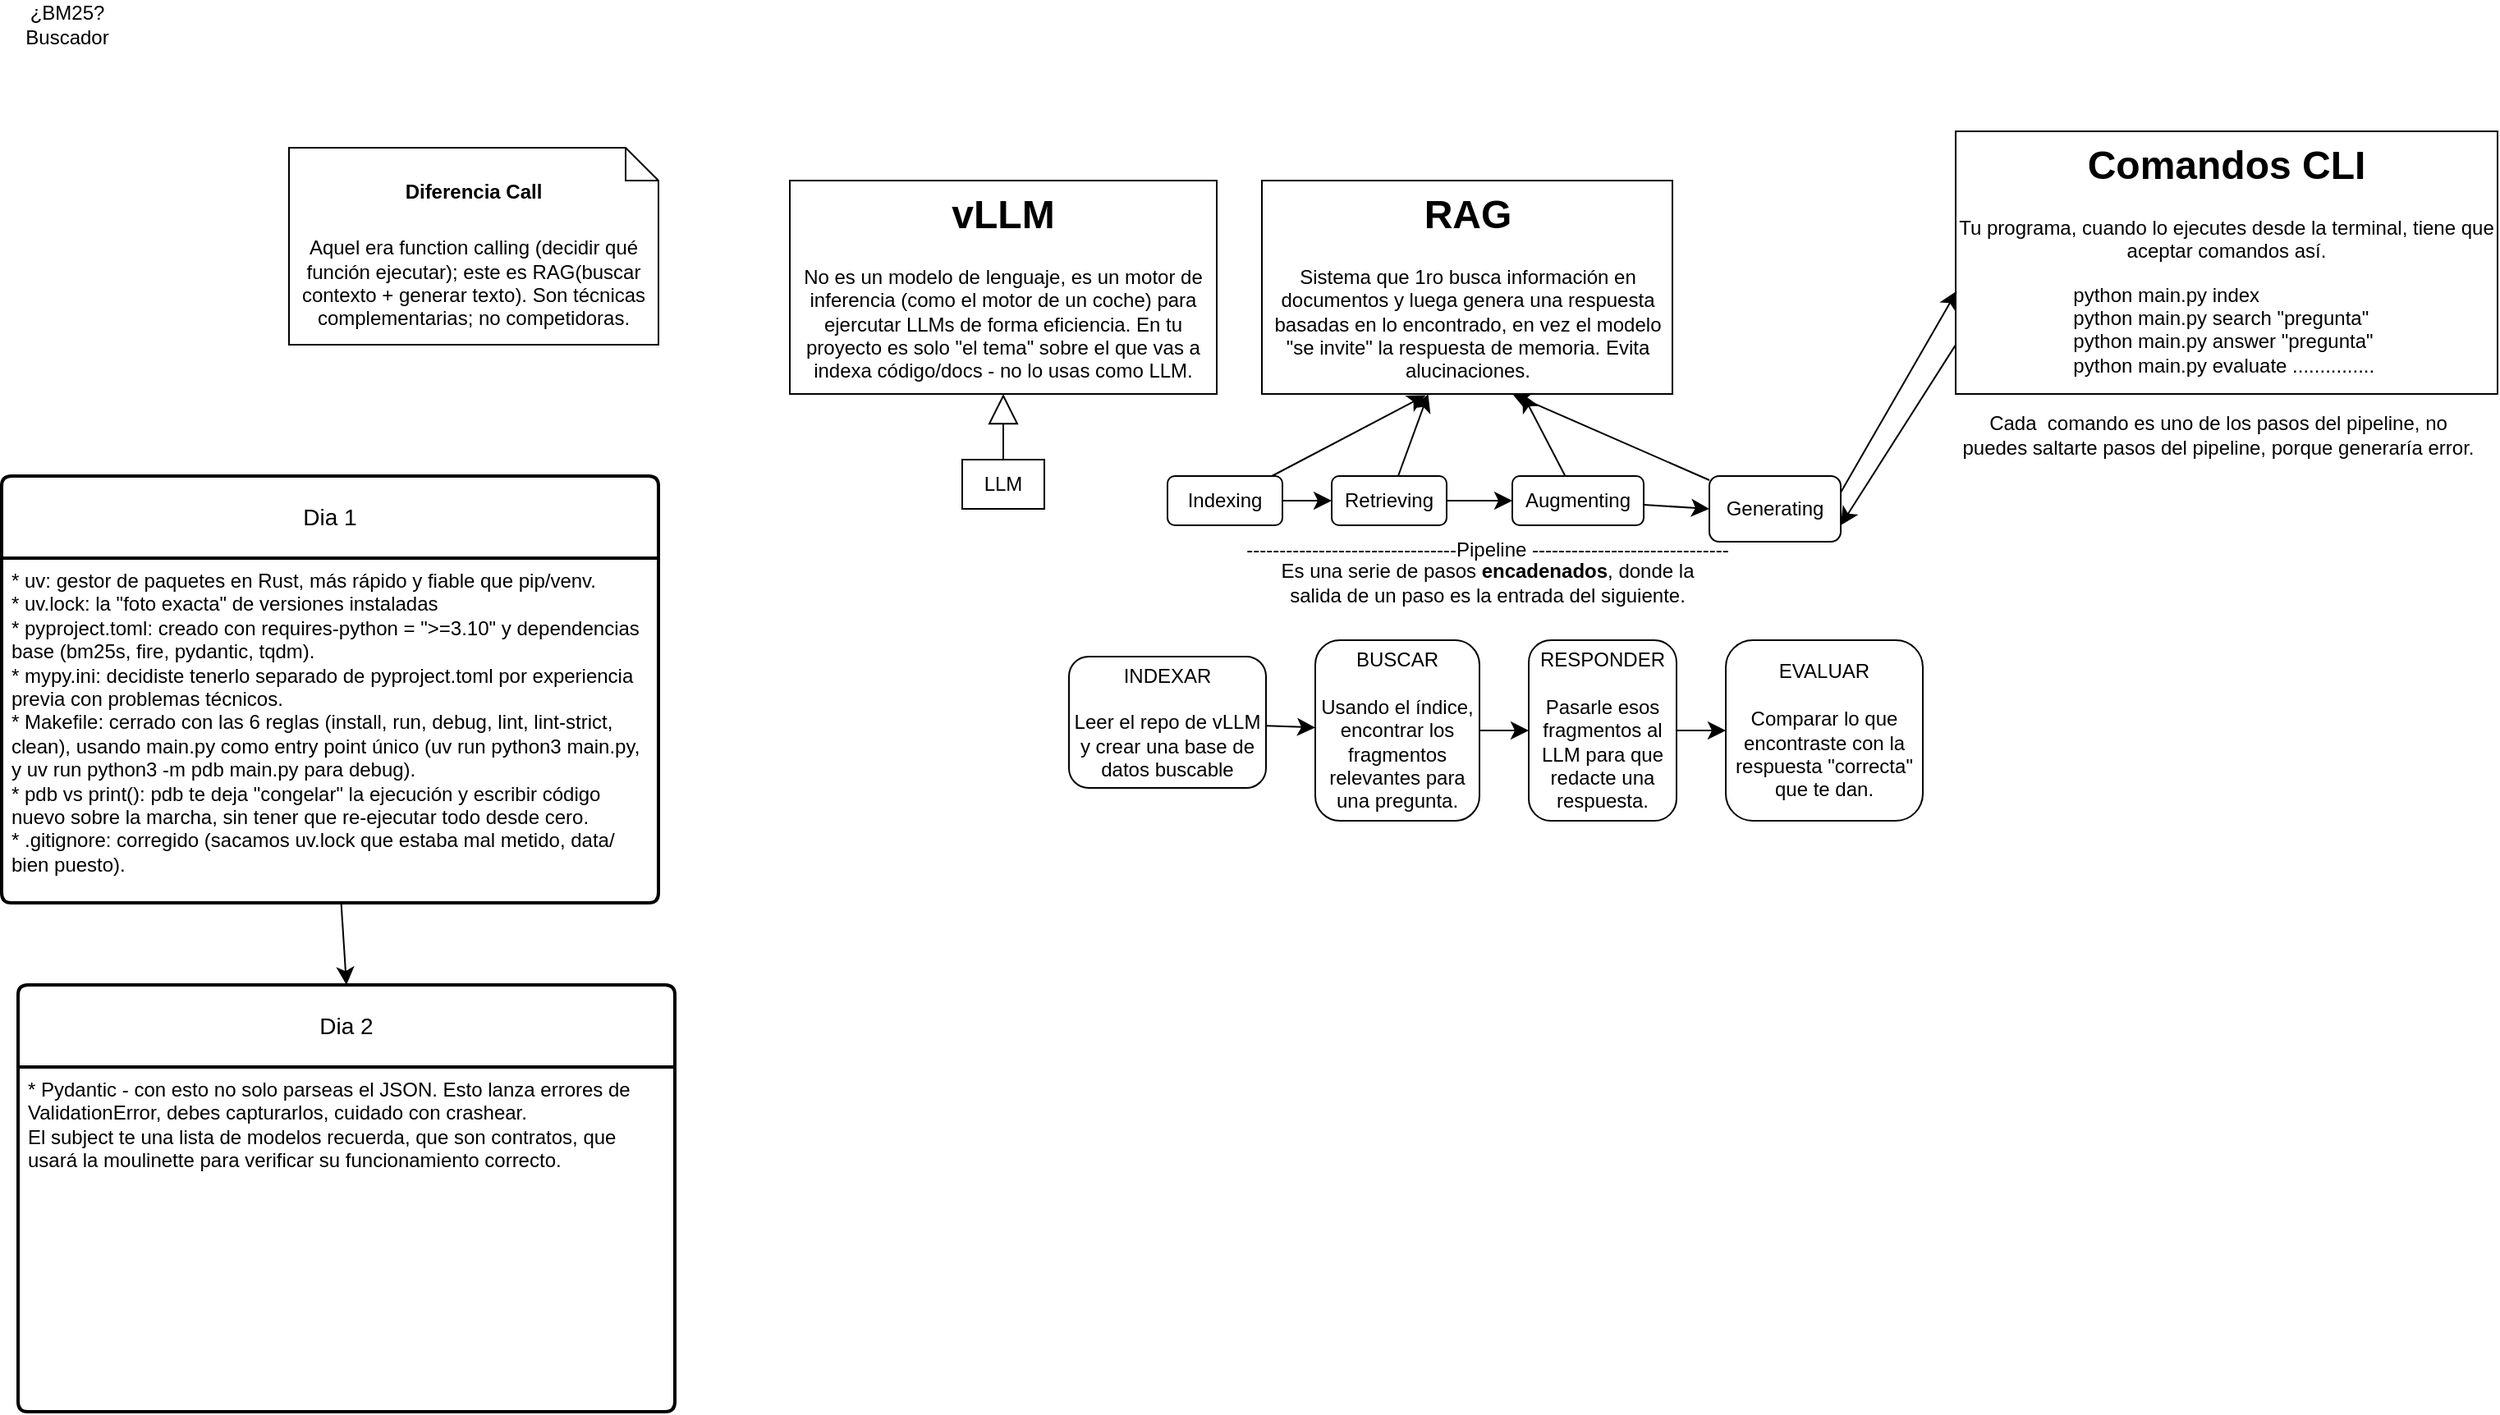
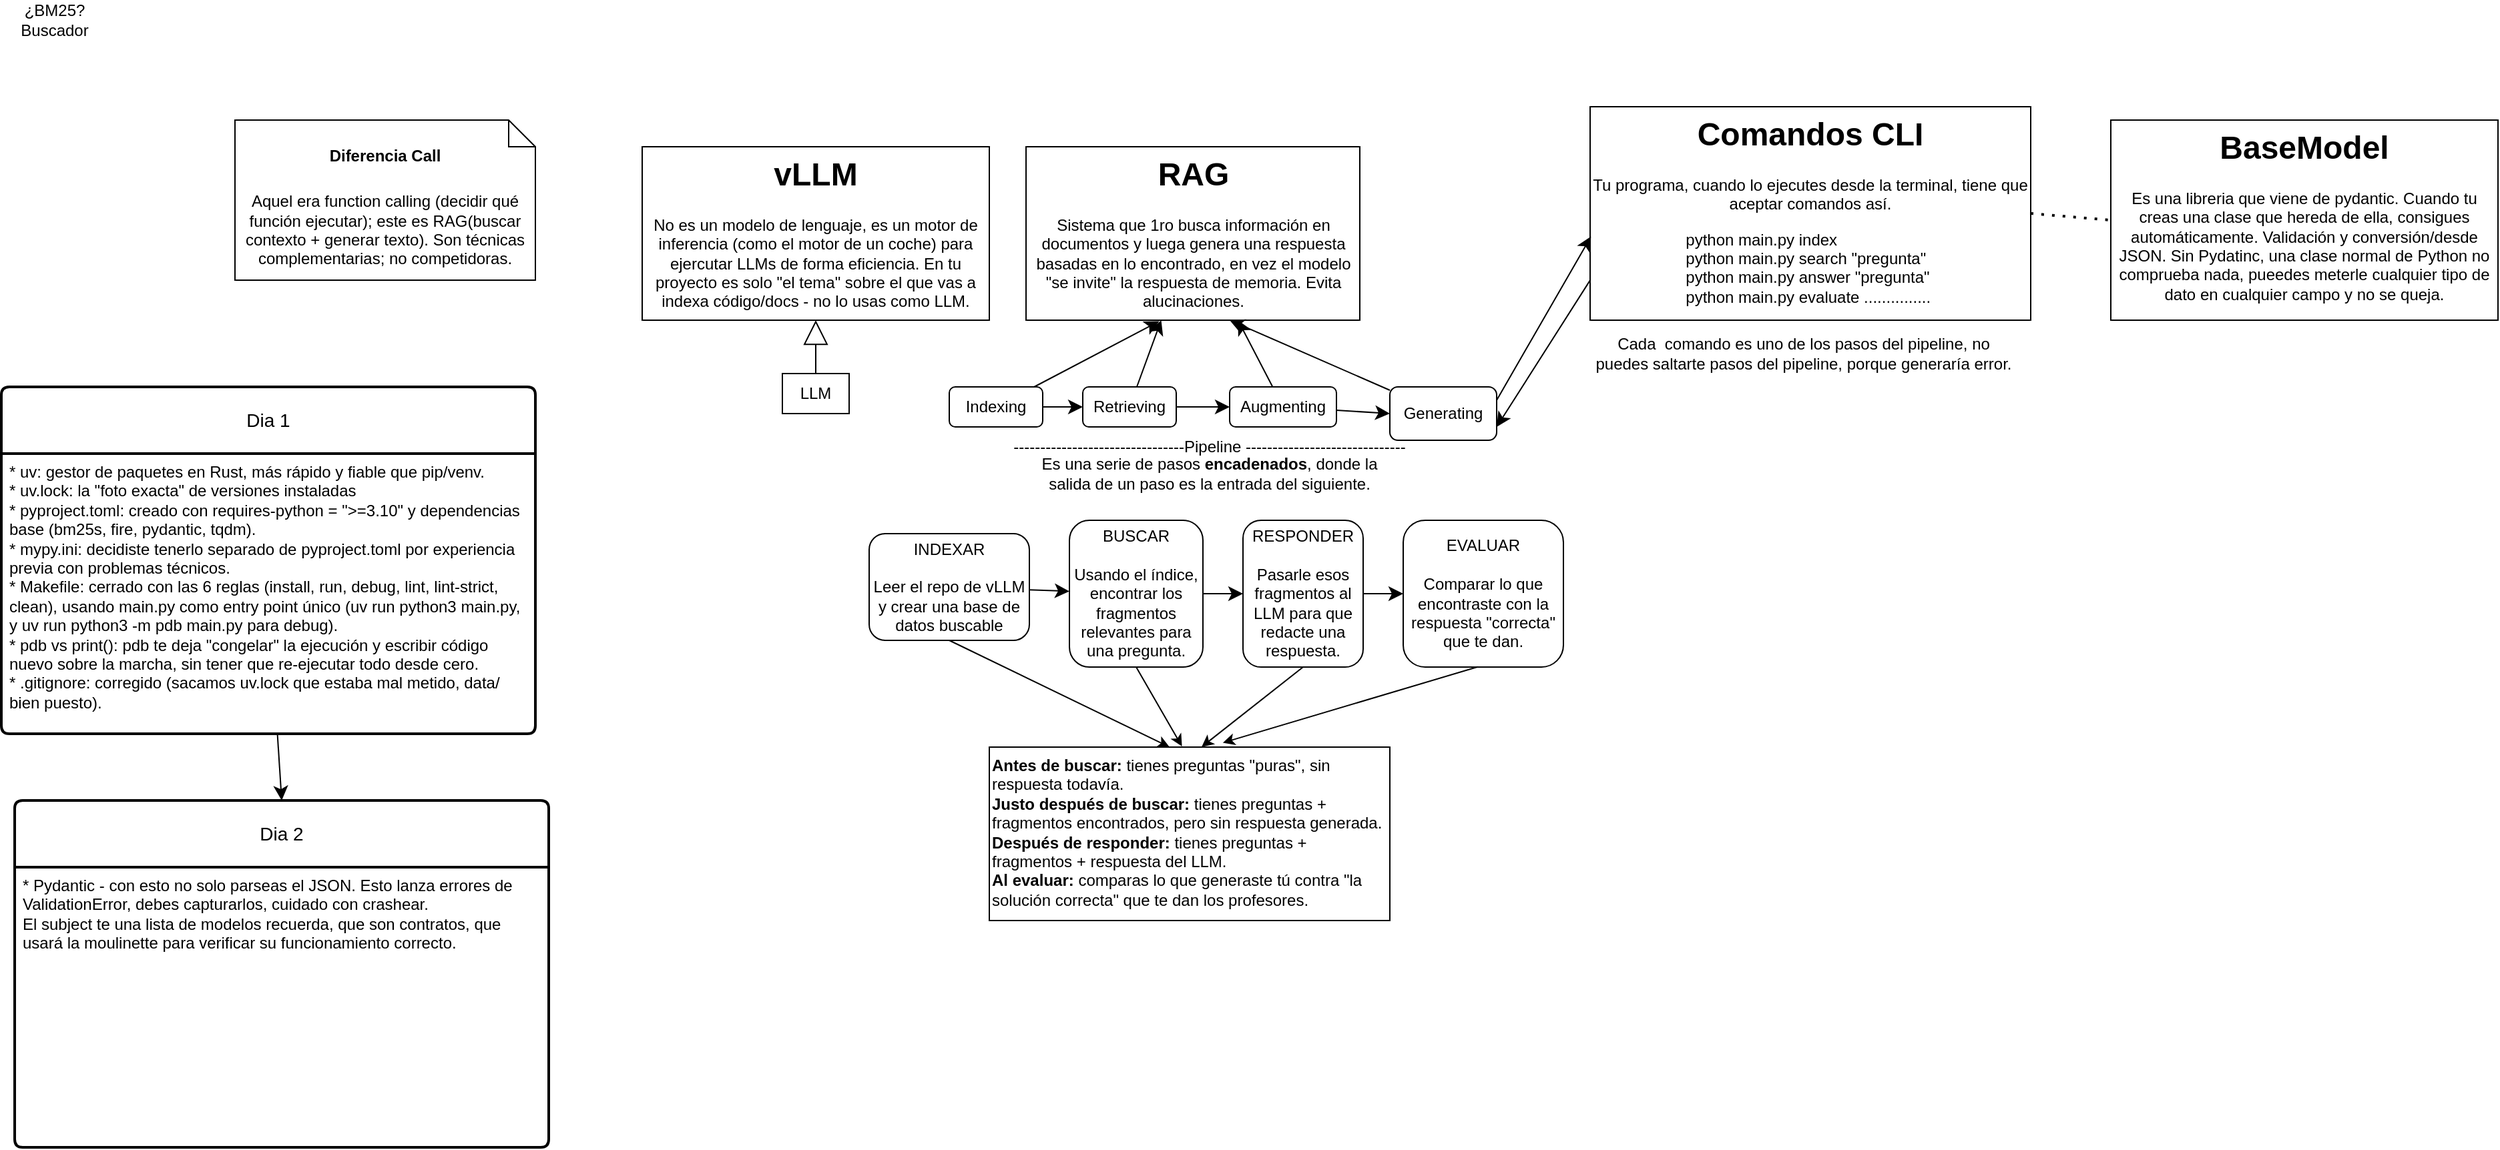
<mxfile host="app.diagrams.net">
  <diagram name="Page-1" id="TN7kbOYWsNpwBLn0wklL">
-     <mxGraphModel dx="1883" dy="606" grid="1" gridSize="10" guides="1" tooltips="1" connect="1" arrows="1" fold="1" page="1" pageScale="1" pageWidth="850" pageHeight="1100" math="0" shadow="0">
+     <mxGraphModel dx="1603" dy="422" grid="1" gridSize="10" guides="1" tooltips="1" connect="1" arrows="1" fold="1" page="1" pageScale="1" pageWidth="850" pageHeight="1100" math="0" shadow="0">
      <root>
        <mxCell id="0" />
        <mxCell id="1" parent="0" />
        <mxCell id="Nr13k9SWs_nuQRvrMUa1-1" parent="1" style="text;html=1;whiteSpace=wrap;overflow=hidden;rounded=0;strokeColor=default;align=center;" value="&lt;h1 style=&quot;margin-top: 0px;&quot;&gt;RAG&lt;/h1&gt;&lt;p&gt;Sistema que 1ro busca información en documentos y luega genera una respuesta basadas en lo encontrado, en vez el modelo &quot;se invite&quot; la respuesta de memoria. Evita alucinaciones.&lt;/p&gt;" vertex="1">
          <mxGeometry height="130" width="250" x="257.5" y="270" as="geometry" />
        </mxCell>
        <mxCell id="Nr13k9SWs_nuQRvrMUa1-9" edge="1" parent="1" source="Nr13k9SWs_nuQRvrMUa1-3" style="edgeStyle=none;curved=1;rounded=0;orthogonalLoop=1;jettySize=auto;html=1;exitX=1;exitY=0.5;exitDx=0;exitDy=0;fontSize=12;startSize=8;endSize=8;" target="Nr13k9SWs_nuQRvrMUa1-6">
          <mxGeometry relative="1" as="geometry" />
        </mxCell>
        <mxCell id="Nr13k9SWs_nuQRvrMUa1-22" edge="1" parent="1" source="Nr13k9SWs_nuQRvrMUa1-3" style="edgeStyle=none;curved=1;rounded=0;orthogonalLoop=1;jettySize=auto;html=1;entryX=0.399;entryY=1.006;entryDx=0;entryDy=0;fontSize=12;startSize=8;endSize=8;entryPerimeter=0;" target="Nr13k9SWs_nuQRvrMUa1-1">
          <mxGeometry relative="1" as="geometry" />
        </mxCell>
        <mxCell id="Nr13k9SWs_nuQRvrMUa1-3" parent="1" style="rounded=1;whiteSpace=wrap;html=1;" value="Indexing" vertex="1">
          <mxGeometry height="30" width="70" x="200" y="450" as="geometry" />
        </mxCell>
        <mxCell id="Nr13k9SWs_nuQRvrMUa1-10" edge="1" parent="1" source="Nr13k9SWs_nuQRvrMUa1-6" style="edgeStyle=none;curved=1;rounded=0;orthogonalLoop=1;jettySize=auto;html=1;exitX=1;exitY=0.5;exitDx=0;exitDy=0;fontSize=12;startSize=8;endSize=8;" target="Nr13k9SWs_nuQRvrMUa1-7">
          <mxGeometry relative="1" as="geometry" />
        </mxCell>
        <mxCell id="Nr13k9SWs_nuQRvrMUa1-23" edge="1" parent="1" source="Nr13k9SWs_nuQRvrMUa1-6" style="edgeStyle=none;curved=1;rounded=0;orthogonalLoop=1;jettySize=auto;html=1;fontSize=12;startSize=8;endSize=8;" target="Nr13k9SWs_nuQRvrMUa1-1" value="">
          <mxGeometry relative="1" as="geometry" />
        </mxCell>
        <mxCell id="Nr13k9SWs_nuQRvrMUa1-6" parent="1" style="rounded=1;whiteSpace=wrap;html=1;" value="Retrieving" vertex="1">
          <mxGeometry height="30" width="70" x="300" y="450" as="geometry" />
        </mxCell>
        <mxCell id="Nr13k9SWs_nuQRvrMUa1-12" edge="1" parent="1" source="Nr13k9SWs_nuQRvrMUa1-7" style="edgeStyle=none;curved=1;rounded=0;orthogonalLoop=1;jettySize=auto;html=1;entryX=0;entryY=0.5;entryDx=0;entryDy=0;fontSize=12;startSize=8;endSize=8;" target="Nr13k9SWs_nuQRvrMUa1-11">
          <mxGeometry relative="1" as="geometry" />
        </mxCell>
        <mxCell id="Nr13k9SWs_nuQRvrMUa1-24" edge="1" parent="1" source="Nr13k9SWs_nuQRvrMUa1-7" style="edgeStyle=none;curved=1;rounded=0;orthogonalLoop=1;jettySize=auto;html=1;fontSize=12;startSize=8;endSize=8;" target="Nr13k9SWs_nuQRvrMUa1-1" value="">
          <mxGeometry relative="1" as="geometry" />
        </mxCell>
        <mxCell id="Nr13k9SWs_nuQRvrMUa1-7" parent="1" style="rounded=1;whiteSpace=wrap;html=1;" value="Augmenting" vertex="1">
          <mxGeometry height="30" width="80" x="410" y="450" as="geometry" />
        </mxCell>
        <mxCell id="Nr13k9SWs_nuQRvrMUa1-11" parent="1" style="rounded=1;whiteSpace=wrap;html=1;" value="Generating" vertex="1">
          <mxGeometry height="40" width="80" x="530" y="450" as="geometry" />
        </mxCell>
        <mxCell id="Nr13k9SWs_nuQRvrMUa1-14" parent="1" style="html=1;whiteSpace=wrap;" value="LLM" vertex="1">
          <mxGeometry height="30" width="50" x="75" y="440" as="geometry" />
        </mxCell>
        <mxCell id="Nr13k9SWs_nuQRvrMUa1-18" edge="1" parent="1" source="Nr13k9SWs_nuQRvrMUa1-14" style="endArrow=block;endSize=16;endFill=0;html=1;rounded=0;fontSize=12;curved=1;entryX=0.5;entryY=1;entryDx=0;entryDy=0;exitX=0.5;exitY=0;exitDx=0;exitDy=0;" target="Nr13k9SWs_nuQRvrMUa1-27" value="">
          <mxGeometry relative="1" width="160" as="geometry">
            <mxPoint x="105" y="570" as="sourcePoint" />
            <mxPoint x="165" y="420" as="targetPoint" />
          </mxGeometry>
        </mxCell>
        <mxCell id="Nr13k9SWs_nuQRvrMUa1-25" edge="1" parent="1" source="Nr13k9SWs_nuQRvrMUa1-11" style="edgeStyle=none;curved=1;rounded=0;orthogonalLoop=1;jettySize=auto;html=1;entryX=0.61;entryY=1;entryDx=0;entryDy=0;entryPerimeter=0;fontSize=12;startSize=8;endSize=8;" target="Nr13k9SWs_nuQRvrMUa1-1">
          <mxGeometry relative="1" as="geometry" />
        </mxCell>
        <mxCell id="Nr13k9SWs_nuQRvrMUa1-27" parent="1" style="text;html=1;whiteSpace=wrap;overflow=hidden;rounded=0;strokeColor=default;align=center;" value="&lt;h1 style=&quot;margin-top: 0px;&quot;&gt;vLLM&lt;/h1&gt;&lt;div&gt;No es un modelo de lenguaje, es un motor de inferencia (como el motor de un coche) para ejercutar LLMs de forma eficiencia. En tu proyecto es solo &quot;el tema&quot; sobre el que vas a indexa código/docs - no lo usas como LLM.&lt;/div&gt;" vertex="1">
          <mxGeometry height="130" width="260" x="-30" y="270" as="geometry" />
        </mxCell>
        <mxCell id="Nr13k9SWs_nuQRvrMUa1-29" parent="1" style="shape=note;size=20;whiteSpace=wrap;html=1;" value="&lt;h1 style=&quot;margin-top: 0px;&quot;&gt;&lt;font style=&quot;font-size: 12px;&quot;&gt;Diferencia Call&lt;/font&gt;&lt;/h1&gt;&lt;div&gt;&lt;font&gt;Aquel era function calling (decidir qué función ejecutar); este es RAG(buscar contexto + generar texto). Son técnicas complementarias; no competidoras.&lt;/font&gt;&lt;/div&gt;" vertex="1">
          <mxGeometry height="120" width="225" x="-335" y="250" as="geometry" />
        </mxCell>
        <mxCell id="Nr13k9SWs_nuQRvrMUa1-35" parent="1" style="swimlane;childLayout=stackLayout;horizontal=1;startSize=50;horizontalStack=0;rounded=1;fontSize=14;fontStyle=0;strokeWidth=2;resizeParent=0;resizeLast=1;shadow=0;dashed=0;align=center;arcSize=4;whiteSpace=wrap;html=1;" value="Dia 1" vertex="1">
          <mxGeometry height="260" width="400" x="-510" y="450" as="geometry" />
        </mxCell>
        <mxCell id="Nr13k9SWs_nuQRvrMUa1-36" parent="Nr13k9SWs_nuQRvrMUa1-35" style="align=left;strokeColor=none;fillColor=none;spacingLeft=4;spacingRight=4;fontSize=12;verticalAlign=top;resizable=0;rotatable=0;part=1;html=1;whiteSpace=wrap;" value="&lt;div&gt;* uv: gestor de paquetes en Rust, más rápido y fiable que pip/venv.&lt;/div&gt;&lt;div&gt;* uv.lock: la &quot;foto exacta&quot; de versiones instaladas&lt;/div&gt;&lt;div&gt;* pyproject.toml: creado con requires-python = &quot;&amp;gt;=3.10&quot; y dependencias base (bm25s, fire, pydantic, tqdm).&lt;/div&gt;&lt;div&gt;* mypy.ini: decidiste tenerlo separado de pyproject.toml por experiencia previa con problemas técnicos.&lt;/div&gt;&lt;div&gt;* Makefile: cerrado con las 6 reglas (install, run, debug, lint, lint-strict, clean), usando main.py como entry point único (uv run python3 main.py, y uv run python3 -m pdb main.py para debug).&lt;/div&gt;&lt;div&gt;* pdb vs print(): pdb te deja &quot;congelar&quot; la ejecución y escribir código nuevo sobre la marcha, sin tener que re-ejecutar todo desde cero.&lt;/div&gt;&lt;div&gt;* .gitignore: corregido (sacamos uv.lock que estaba mal metido, data/ bien puesto).&lt;/div&gt;" vertex="1">
          <mxGeometry height="210" width="400" y="50" as="geometry" />
        </mxCell>
        <mxCell id="Nr13k9SWs_nuQRvrMUa1-37" parent="1" style="swimlane;childLayout=stackLayout;horizontal=1;startSize=50;horizontalStack=0;rounded=1;fontSize=14;fontStyle=0;strokeWidth=2;resizeParent=0;resizeLast=1;shadow=0;dashed=0;align=center;arcSize=4;whiteSpace=wrap;html=1;" value="Dia 2" vertex="1">
          <mxGeometry height="260" width="400" x="-500" y="760" as="geometry" />
        </mxCell>
        <mxCell id="Nr13k9SWs_nuQRvrMUa1-38" parent="Nr13k9SWs_nuQRvrMUa1-37" style="align=left;strokeColor=none;fillColor=none;spacingLeft=4;spacingRight=4;fontSize=12;verticalAlign=top;resizable=0;rotatable=0;part=1;html=1;whiteSpace=wrap;" value="* Pydantic - con esto no solo parseas el JSON. Esto lanza errores de ValidationError, debes capturarlos, cuidado con crashear.&lt;div&gt;El subject te una lista de modelos recuerda, que son contratos, que usará la moulinette para verificar su funcionamiento correcto.&lt;/div&gt;" vertex="1">
          <mxGeometry height="210" width="400" y="50" as="geometry" />
        </mxCell>
        <mxCell id="Nr13k9SWs_nuQRvrMUa1-39" edge="1" parent="1" source="Nr13k9SWs_nuQRvrMUa1-36" style="edgeStyle=none;curved=1;rounded=0;orthogonalLoop=1;jettySize=auto;html=1;entryX=0.5;entryY=0;entryDx=0;entryDy=0;fontSize=12;startSize=8;endSize=8;" target="Nr13k9SWs_nuQRvrMUa1-37">
          <mxGeometry relative="1" as="geometry" />
        </mxCell>
        <mxCell id="Nr13k9SWs_nuQRvrMUa1-40" parent="1" style="text;html=1;whiteSpace=wrap;strokeColor=none;fillColor=none;align=center;verticalAlign=middle;rounded=0;" value="--------------------------------Pipeline ------------------------------" vertex="1">
          <mxGeometry height="30" width="310" x="240" y="480" as="geometry" />
        </mxCell>
        <mxCell id="Nr13k9SWs_nuQRvrMUa1-42" parent="1" style="text;html=1;whiteSpace=wrap;strokeColor=none;fillColor=none;align=center;verticalAlign=middle;rounded=0;" value="Es una serie de pasos &lt;strong&gt;encadenados&lt;/strong&gt;, donde la salida de un paso es la entrada del siguiente." vertex="1">
          <mxGeometry height="30" width="270" x="260" y="500" as="geometry" />
        </mxCell>
        <mxCell id="Nr13k9SWs_nuQRvrMUa1-65" edge="1" parent="1" source="Nr13k9SWs_nuQRvrMUa1-52" style="edgeStyle=none;curved=1;rounded=0;orthogonalLoop=1;jettySize=auto;html=1;fontSize=12;startSize=8;endSize=8;" target="Nr13k9SWs_nuQRvrMUa1-54" value="">
          <mxGeometry relative="1" as="geometry" />
        </mxCell>
        <mxCell id="Nr13k9SWs_nuQRvrMUa1-52" parent="1" style="rounded=1;whiteSpace=wrap;html=1;" value="INDEXAR&lt;div&gt;&lt;br&gt;&lt;/div&gt;&lt;div&gt;Leer el repo de vLLM y crear una base de datos buscable&lt;/div&gt;" vertex="1">
          <mxGeometry height="80" width="120" x="140" y="560" as="geometry" />
        </mxCell>
        <mxCell id="Nr13k9SWs_nuQRvrMUa1-68" edge="1" parent="1" source="Nr13k9SWs_nuQRvrMUa1-54" style="edgeStyle=none;curved=1;rounded=0;orthogonalLoop=1;jettySize=auto;html=1;entryX=0;entryY=0.5;entryDx=0;entryDy=0;fontSize=12;startSize=8;endSize=8;" target="Nr13k9SWs_nuQRvrMUa1-56">
          <mxGeometry relative="1" as="geometry" />
        </mxCell>
        <mxCell id="Nr13k9SWs_nuQRvrMUa1-54" parent="1" style="rounded=1;whiteSpace=wrap;html=1;" value="BUSCAR&lt;div&gt;&lt;br&gt;&lt;/div&gt;&lt;div&gt;Usando el índice, encontrar los fragmentos relevantes para una pregunta.&lt;/div&gt;" vertex="1">
          <mxGeometry height="110" width="100" x="290" y="550" as="geometry" />
        </mxCell>
        <mxCell id="Nr13k9SWs_nuQRvrMUa1-62" edge="1" parent="1" source="Nr13k9SWs_nuQRvrMUa1-56" style="edgeStyle=none;curved=1;rounded=0;orthogonalLoop=1;jettySize=auto;html=1;fontSize=12;startSize=8;endSize=8;" target="Nr13k9SWs_nuQRvrMUa1-57" value="">
          <mxGeometry relative="1" as="geometry" />
        </mxCell>
        <mxCell id="Nr13k9SWs_nuQRvrMUa1-56" parent="1" style="rounded=1;whiteSpace=wrap;html=1;" value="RESPONDER&lt;div&gt;&lt;br&gt;&lt;/div&gt;&lt;div&gt;Pasarle esos fragmentos al LLM para que redacte una respuesta.&lt;/div&gt;" vertex="1">
          <mxGeometry height="110" width="90" x="420" y="550" as="geometry" />
        </mxCell>
        <mxCell id="Nr13k9SWs_nuQRvrMUa1-57" parent="1" style="rounded=1;whiteSpace=wrap;html=1;" value="EVALUAR&lt;div&gt;&lt;br&gt;&lt;/div&gt;&lt;div&gt;Comparar lo que encontraste con la respuesta &quot;correcta&quot; que te dan.&lt;/div&gt;" vertex="1">
          <mxGeometry height="110" width="120" x="540" y="550" as="geometry" />
        </mxCell>
        <mxCell id="Nr13k9SWs_nuQRvrMUa1-73" edge="1" parent="1" source="Nr13k9SWs_nuQRvrMUa1-69" style="edgeStyle=none;curved=1;rounded=0;orthogonalLoop=1;jettySize=auto;html=1;entryX=1;entryY=0.75;entryDx=0;entryDy=0;fontSize=12;startSize=8;endSize=8;exitX=0;exitY=0.813;exitDx=0;exitDy=0;exitPerimeter=0;" target="Nr13k9SWs_nuQRvrMUa1-11">
          <mxGeometry relative="1" as="geometry" />
        </mxCell>
        <mxCell id="Nr13k9SWs_nuQRvrMUa1-71" edge="1" parent="1" source="Nr13k9SWs_nuQRvrMUa1-11" style="edgeStyle=none;curved=1;rounded=0;orthogonalLoop=1;jettySize=auto;html=1;entryX=0.002;entryY=0.608;entryDx=0;entryDy=0;entryPerimeter=0;fontSize=12;startSize=8;endSize=8;exitX=1;exitY=0.25;exitDx=0;exitDy=0;" target="Nr13k9SWs_nuQRvrMUa1-69">
          <mxGeometry relative="1" as="geometry" />
        </mxCell>
        <mxCell id="Nr13k9SWs_nuQRvrMUa1-74" connectable="0" parent="1" style="group" value="" vertex="1">
          <mxGeometry height="200" width="330" x="680" y="240" as="geometry" />
        </mxCell>
        <mxCell id="Nr13k9SWs_nuQRvrMUa1-69" parent="Nr13k9SWs_nuQRvrMUa1-74" style="text;html=1;whiteSpace=wrap;overflow=hidden;rounded=0;strokeColor=default;align=center;" value="&lt;h1 style=&quot;margin-top: 0px;&quot;&gt;Comandos CLI&lt;/h1&gt;&lt;p&gt;Tu programa, cuando lo ejecutes desde la terminal, tiene que aceptar comandos así.&lt;/p&gt;&lt;p&gt;python main.py index&lt;span style=&quot;white-space: pre;&quot;&gt;&#x9;&lt;/span&gt;&lt;span style=&quot;white-space: pre;&quot;&gt;&#x9;&lt;/span&gt;&lt;span style=&quot;white-space: pre;&quot;&gt;&#x9;&lt;/span&gt;&lt;br&gt;python main.py search &quot;pregunta&quot;&lt;span style=&quot;white-space: pre;&quot;&gt;&#x9;&lt;/span&gt;&lt;br&gt;python main.py answer &quot;pregunta&quot;&lt;span style=&quot;white-space: pre;&quot;&gt;&#x9;&lt;/span&gt;&lt;br&gt;python main.py evaluate ...............&lt;span style=&quot;white-space: pre;&quot;&gt;&#x9;&lt;/span&gt;&lt;/p&gt;&lt;p&gt;&lt;br&gt;&lt;/p&gt;" vertex="1">
          <mxGeometry height="160" width="330" as="geometry" />
        </mxCell>
        <mxCell id="Nr13k9SWs_nuQRvrMUa1-70" parent="Nr13k9SWs_nuQRvrMUa1-74" style="text;html=1;whiteSpace=wrap;strokeColor=none;fillColor=none;align=center;verticalAlign=middle;rounded=0;" value="Cada&amp;nbsp; comando es uno de los pasos del pipeline, no puedes saltarte pasos del pipeline, porque generaría error." vertex="1">
          <mxGeometry height="30" width="320" y="170" as="geometry" />
        </mxCell>
        <mxCell id="Nr13k9SWs_nuQRvrMUa1-75" parent="1" style="text;html=1;whiteSpace=wrap;strokeColor=none;fillColor=none;align=center;verticalAlign=middle;rounded=0;" value="¿BM25?&lt;div&gt;Buscador&lt;/div&gt;" vertex="1">
          <mxGeometry height="30" width="60" x="-500" y="160" as="geometry" />
        </mxCell>
+         <mxCell id="fXpUvW09PbhyZoshMWz1-1" parent="1" style="text;html=1;whiteSpace=wrap;overflow=hidden;rounded=0;strokeColor=default;align=center;" value="&lt;h1 style=&quot;margin-top: 0px;&quot;&gt;BaseModel&lt;/h1&gt;&lt;div&gt;Es una libreria que viene de pydantic. Cuando tu creas una clase que hereda de ella, consigues automáticamente. Validación y conversión/desde JSON. Sin Pydatinc, una clase normal de Python no comprueba nada, pueedes meterle cualquier tipo de dato en cualquier campo y no se queja.&lt;/div&gt;" vertex="1">
+           <mxGeometry height="150" width="290" x="1070" y="250" as="geometry" />
+         </mxCell>
+         <mxCell id="fXpUvW09PbhyZoshMWz1-2" edge="1" parent="1" source="Nr13k9SWs_nuQRvrMUa1-69" style="endArrow=none;dashed=1;html=1;dashPattern=1 3;strokeWidth=2;rounded=0;exitX=1;exitY=0.5;exitDx=0;exitDy=0;entryX=0;entryY=0.5;entryDx=0;entryDy=0;" target="fXpUvW09PbhyZoshMWz1-1" value="">
+           <mxGeometry height="50" relative="1" width="50" as="geometry">
+             <mxPoint x="1060" y="520" as="sourcePoint" />
+             <mxPoint x="1110" y="470" as="targetPoint" />
+           </mxGeometry>
+         </mxCell>
+         <mxCell id="fXpUvW09PbhyZoshMWz1-3" parent="1" style="text;html=1;whiteSpace=wrap;overflow=hidden;rounded=0;strokeColor=default;align=left;" value="&lt;b&gt;Antes de buscar: &lt;/b&gt;tienes preguntas &quot;puras&quot;, sin respuesta todavía.&amp;nbsp;&lt;div&gt;&lt;b&gt;Justo después de buscar:&lt;/b&gt; tienes preguntas + fragmentos encontrados, pero sin respuesta generada.&amp;nbsp;&lt;/div&gt;&lt;div&gt;&lt;b&gt;Después de responder:&lt;/b&gt; tienes preguntas + fragmentos + respuesta del LLM.&amp;nbsp;&lt;/div&gt;&lt;div&gt;&lt;b&gt;Al evaluar: &lt;/b&gt;comparas lo que generaste tú contra &quot;la solución correcta&quot; que te dan los profesores.&lt;/div&gt;" vertex="1">
+           <mxGeometry height="130" width="300" x="230" y="720" as="geometry" />
+         </mxCell>
+         <mxCell id="fXpUvW09PbhyZoshMWz1-4" edge="1" parent="1" source="Nr13k9SWs_nuQRvrMUa1-52" style="endArrow=classic;html=1;rounded=0;entryX=0.45;entryY=0;entryDx=0;entryDy=0;entryPerimeter=0;exitX=0.5;exitY=1;exitDx=0;exitDy=0;" target="fXpUvW09PbhyZoshMWz1-3" value="">
+           <mxGeometry height="50" relative="1" width="50" as="geometry">
+             <mxPoint x="210" y="720" as="sourcePoint" />
+             <mxPoint x="260" y="670" as="targetPoint" />
+           </mxGeometry>
+         </mxCell>
+         <mxCell id="fXpUvW09PbhyZoshMWz1-5" edge="1" parent="1" source="Nr13k9SWs_nuQRvrMUa1-54" style="endArrow=classic;html=1;rounded=0;entryX=0.481;entryY=-0.004;entryDx=0;entryDy=0;entryPerimeter=0;exitX=0.5;exitY=1;exitDx=0;exitDy=0;" target="fXpUvW09PbhyZoshMWz1-3" value="">
+           <mxGeometry height="50" relative="1" width="50" as="geometry">
+             <mxPoint x="380" y="680" as="sourcePoint" />
+             <mxPoint x="560" y="760" as="targetPoint" />
+           </mxGeometry>
+         </mxCell>
+         <mxCell id="fXpUvW09PbhyZoshMWz1-6" edge="1" parent="1" source="Nr13k9SWs_nuQRvrMUa1-56" style="endArrow=classic;html=1;rounded=0;entryX=0.53;entryY=-0.001;entryDx=0;entryDy=0;entryPerimeter=0;exitX=0.5;exitY=1;exitDx=0;exitDy=0;" target="fXpUvW09PbhyZoshMWz1-3" value="">
+           <mxGeometry height="50" relative="1" width="50" as="geometry">
+             <mxPoint x="450" y="690" as="sourcePoint" />
+             <mxPoint x="499" y="749" as="targetPoint" />
+           </mxGeometry>
+         </mxCell>
+         <mxCell id="fXpUvW09PbhyZoshMWz1-7" edge="1" parent="1" source="Nr13k9SWs_nuQRvrMUa1-57" style="endArrow=classic;html=1;rounded=0;entryX=0.583;entryY=-0.025;entryDx=0;entryDy=0;entryPerimeter=0;exitX=0.465;exitY=0.999;exitDx=0;exitDy=0;exitPerimeter=0;" target="fXpUvW09PbhyZoshMWz1-3" value="">
+           <mxGeometry height="50" relative="1" width="50" as="geometry">
+             <mxPoint x="551" y="680" as="sourcePoint" />
+             <mxPoint x="490" y="740" as="targetPoint" />
+           </mxGeometry>
+         </mxCell>
      </root>
    </mxGraphModel>
  </diagram>
</mxfile>
